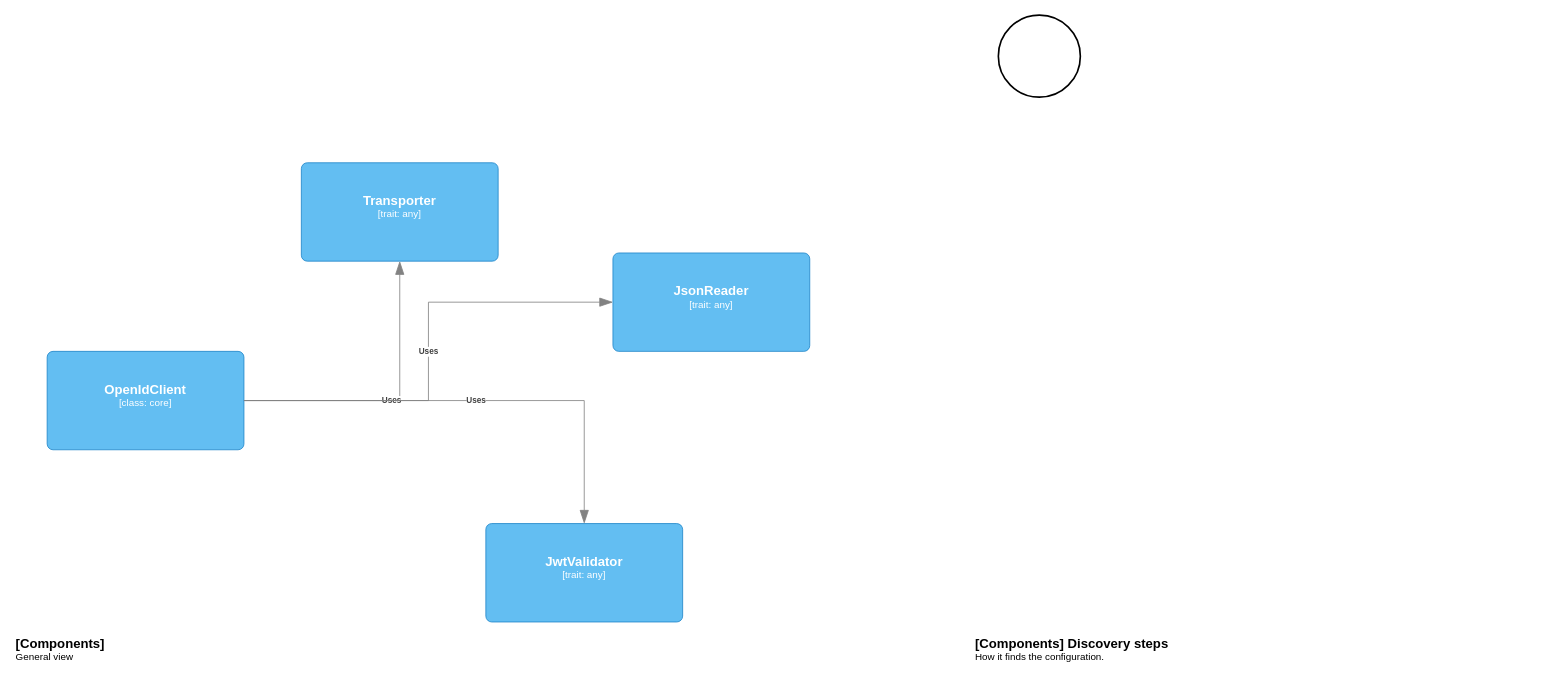
Earlier version of the draw.io diagram doc.drawio (estrondo/moidc4s). Source tidied: cells renumbered, new cells numbered last; positions are measured from the earlier drawing's top-left corner, leaving out a move shared by most shapes. Both pictures are drawn from the tidied source at 82%, with x=0, y=0 at pixel (14, 15).
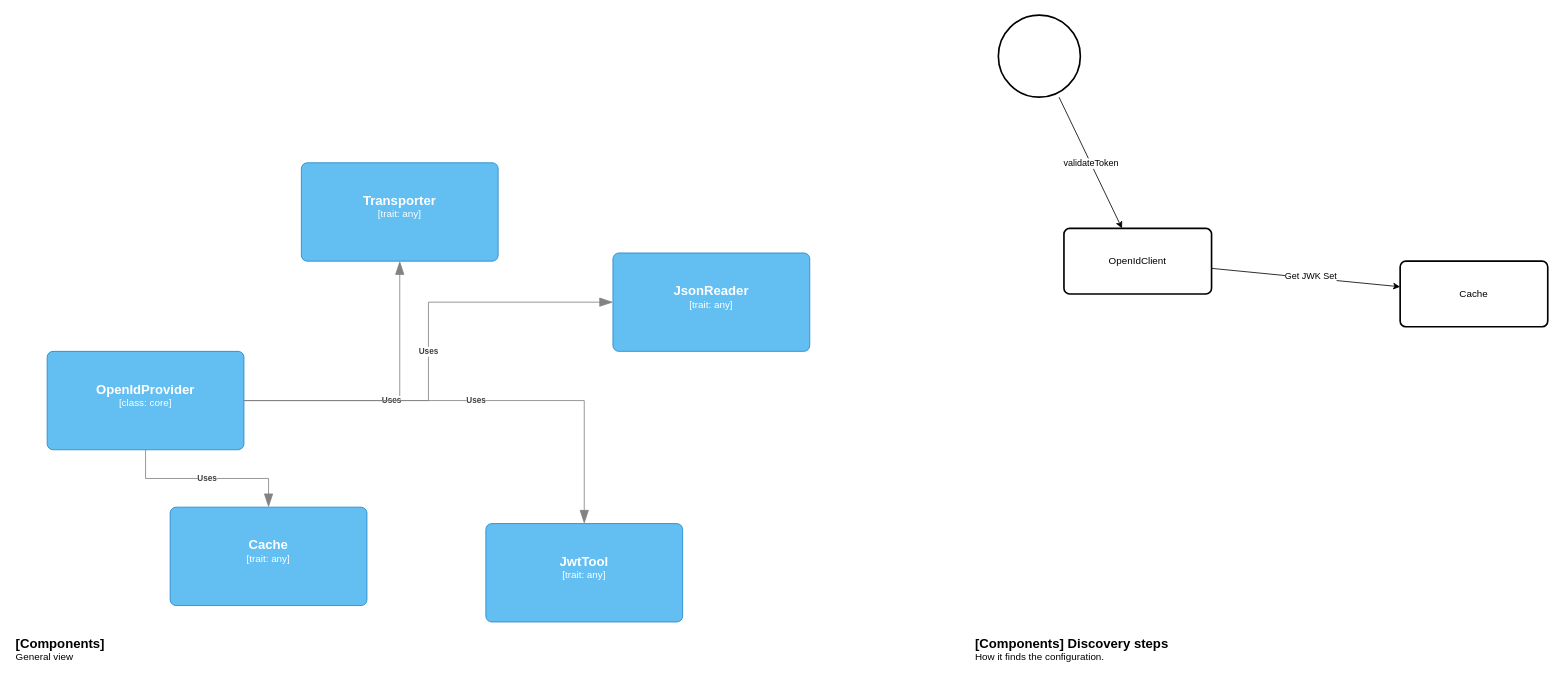
After the change.

The change refers to these unchanged cells:
```xml
<mxCell id="11" style="strokeWidth=2;html=1;shape=mxgraph.flowchart.start_2;whiteSpace=wrap;" parent="1" vertex="1">
  <mxGeometry x="1200" width="100" height="100" as="geometry" />
</mxCell>
```

The edit, as a diff of the source:
```diff
@@
-    <object id="2" label="&lt;font style=&quot;font-size: 16px&quot;&gt;&lt;b&gt;%c4Name%&lt;/b&gt;&lt;/font&gt;&lt;div&gt;[%c4Type%: %c4Technology%]&lt;/div&gt;&lt;br&gt;&lt;div&gt;&lt;font style=&quot;font-size: 11px&quot;&gt;%c4Description%&lt;/font&gt;&lt;/div&gt;" c4Description="" c4Name="OpenIdClient" c4Technology="core" c4Type="class" placeholders="1">
+    <object id="2" label="&lt;font style=&quot;font-size: 16px&quot;&gt;&lt;b&gt;%c4Name%&lt;/b&gt;&lt;/font&gt;&lt;div&gt;[%c4Type%: %c4Technology%]&lt;/div&gt;&lt;br&gt;&lt;div&gt;&lt;font style=&quot;font-size: 11px&quot;&gt;%c4Description%&lt;/font&gt;&lt;/div&gt;" c4Description="" c4Name="OpenIdProvider" c4Technology="core" c4Type="class" placeholders="1">
       <mxCell style="rounded=1;whiteSpace=wrap;html=1;labelBackgroundColor=none;fillColor=#63BEF2;fontColor=#ffffff;align=center;arcSize=6;strokeColor=#2086C9;points=[[0.25,0,0],[0.5,0,0],[0.75,0,0],[1,0.25,0],[1,0.5,0],[1,0.75,0],[0.75,1,0],[0.5,1,0],[0.25,1,0],[0,0.75,0],[0,0.5,0],[0,0.25,0]];" parent="1" vertex="1">
         <mxGeometry x="40" y="410" width="240" height="120" as="geometry" />
       </mxCell>
     </object>
@@
-    <object id="7" label="&lt;font style=&quot;font-size: 16px&quot;&gt;&lt;b&gt;%c4Name%&lt;/b&gt;&lt;/font&gt;&lt;div&gt;[%c4Type%: %c4Technology%]&lt;/div&gt;&lt;br&gt;&lt;div&gt;&lt;font style=&quot;font-size: 11px&quot;&gt;%c4Description%&lt;/font&gt;&lt;/div&gt;" c4Description="" c4Name="JwtValidator" c4Technology="any" c4Type="trait" placeholders="1">
+    <object id="7" label="&lt;font style=&quot;font-size: 16px&quot;&gt;&lt;b&gt;%c4Name%&lt;/b&gt;&lt;/font&gt;&lt;div&gt;[%c4Type%: %c4Technology%]&lt;/div&gt;&lt;br&gt;&lt;div&gt;&lt;font style=&quot;font-size: 11px&quot;&gt;%c4Description%&lt;/font&gt;&lt;/div&gt;" c4Description="" c4Name="JwtTool" c4Technology="any" c4Type="trait" placeholders="1">
       <mxCell style="rounded=1;whiteSpace=wrap;html=1;labelBackgroundColor=none;fillColor=#63BEF2;fontColor=#ffffff;align=center;arcSize=6;strokeColor=#2086C9;points=[[0.25,0,0],[0.5,0,0],[0.75,0,0],[1,0.25,0],[1,0.5,0],[1,0.75,0],[0.75,1,0],[0.5,1,0],[0.25,1,0],[0,0.75,0],[0,0.5,0],[0,0.25,0]];" parent="1" vertex="1">
         <mxGeometry x="575" y="620" width="240" height="120" as="geometry" />
       </mxCell>
     </object>
@@
+    <mxCell id="12" value="OpenIdClient" style="rounded=1;whiteSpace=wrap;html=1;absoluteArcSize=1;arcSize=14;strokeWidth=2;" parent="1" vertex="1">
+      <mxGeometry x="1280" y="260" width="180" height="80" as="geometry" />
+    </mxCell>
+    <mxCell id="13" style="endArrow=classic;html=1;rounded=0;" parent="1" edge="1" source="11" target="12">
+      <mxGeometry relative="1" as="geometry" />
+    </mxCell>
+    <mxCell id="14" value="validateToken" style="edgeLabel;html=1;align=center;verticalAlign=middle;" parent="13" vertex="1">
+      <mxGeometry relative="1" as="geometry" />
+    </mxCell>
+    <mxCell id="15" value="Cache" style="rounded=1;whiteSpace=wrap;html=1;absoluteArcSize=1;arcSize=14;strokeWidth=2;" parent="1" vertex="1">
+      <mxGeometry x="1690" y="300" width="180" height="80" as="geometry" />
+    </mxCell>
+    <mxCell id="16" style="endArrow=classic;html=1;rounded=0;" parent="1" edge="1" source="12" target="15">
+      <mxGeometry relative="1" as="geometry" />
+    </mxCell>
+    <mxCell id="17" value="Get JWK Set" style="edgeLabel;html=1;align=center;verticalAlign=middle;" parent="16" vertex="1">
+      <mxGeometry x="0.05" y="3" relative="1" as="geometry" />
+    </mxCell>
+    <object id="18" label="&lt;font style=&quot;font-size: 16px&quot;&gt;&lt;b&gt;%c4Name%&lt;/b&gt;&lt;/font&gt;&lt;div&gt;[%c4Type%: %c4Technology%]&lt;/div&gt;&lt;br&gt;&lt;div&gt;&lt;font style=&quot;font-size: 11px&quot;&gt;%c4Description%&lt;/font&gt;&lt;/div&gt;" c4Description="" c4Name="Cache" c4Technology="any" c4Type="trait" placeholders="1">
+      <mxCell style="rounded=1;whiteSpace=wrap;html=1;labelBackgroundColor=none;fillColor=#63BEF2;fontColor=#ffffff;align=center;arcSize=6;strokeColor=#2086C9;points=[[0.25,0,0],[0.5,0,0],[0.75,0,0],[1,0.25,0],[1,0.5,0],[1,0.75,0],[0.75,1,0],[0.5,1,0],[0.25,1,0],[0,0.75,0],[0,0.5,0],[0,0.25,0]];" parent="1" vertex="1">
+        <mxGeometry x="190" y="600" width="240" height="120" as="geometry" />
+      </mxCell>
+    </object>
+    <object id="19" label="&lt;div style=&quot;text-align: left&quot;&gt;&lt;div style=&quot;text-align: center&quot;&gt;&lt;b&gt;%c4Description%&lt;/b&gt;&lt;/div&gt;" c4Description="Uses" placeholders="1">
+      <mxCell style="endArrow=blockThin;html=1;fontSize=10;fontColor=#404040;strokeWidth=1;endFill=1;strokeColor=#828282;elbow=vertical;endSize=14;startSize=14;jumpStyle=arc;jumpSize=16;rounded=0;edgeStyle=orthogonalEdgeStyle;" parent="1" edge="1" source="2" target="18">
+        <mxGeometry relative="1" as="geometry" />
+      </mxCell>
+    </object>
```
